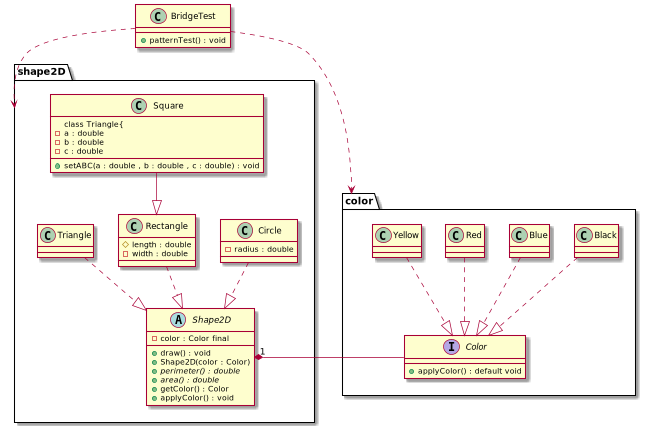
The PlantUML diagram src/main/java/com/rezahdrm/structural/bridge/bridgeUML.png in reza-hdrm/DesignPatterns, before a commit.
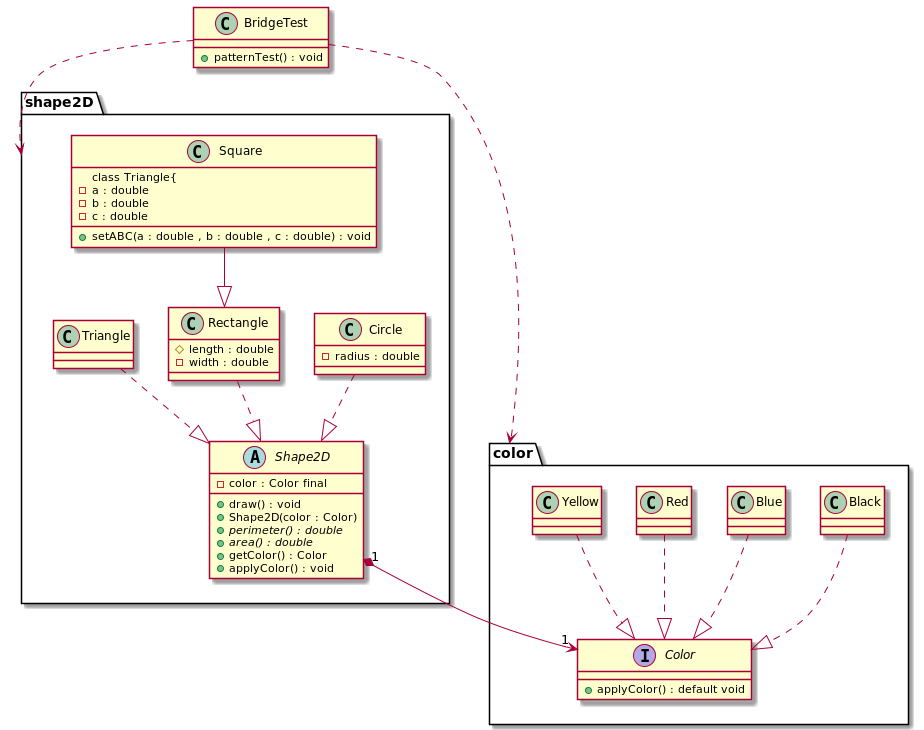
Later version of the same file.

Change to the diagram source:
```diff
@@ -59,6 +59,6 @@
 
 BridgeTest ..> color
 BridgeTest ..> shape2D
-Shape2D "1"*- Color
+Shape2D "1"*-->"1" Color
 
 @enduml
```
